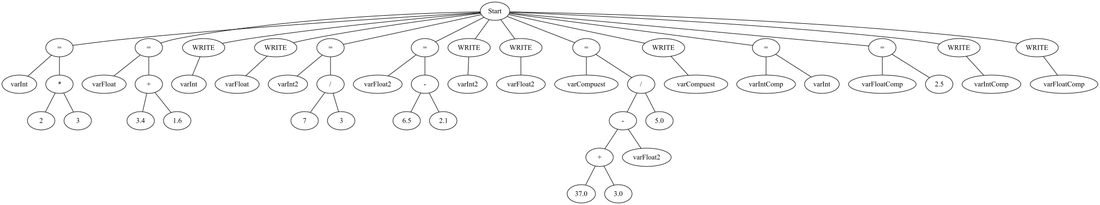
This is arbol.png from pitta1881/TEO1-Lexico, a Graphviz export, as it was before one commit. Its source is kept beside it as arbol.dot.
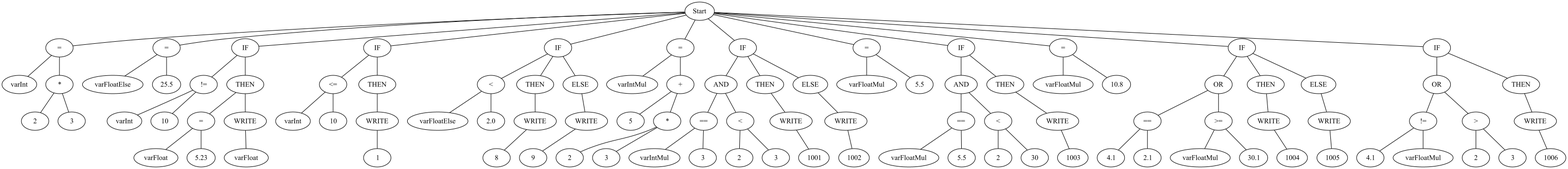
After the change.

What changed in the source:
```diff
@@ -1,100 +1,198 @@
 graph G {node_start [label="Start"]
-nodo_1770218317 [label="="]
-node_start -- nodo_1770218317
-nodo_788626044 [label="varInt"]
-nodo_1770218317 -- nodo_788626044
-nodo_558410979 [label="*"]
-nodo_1770218317 -- nodo_558410979
-nodo_1853567106 [label="2"]
-nodo_558410979 -- nodo_1853567106
-nodo_1056055884 [label="3"]
-nodo_558410979 -- nodo_1056055884
-nodo_444886388 [label="="]
-node_start -- nodo_444886388
-nodo_2127553907 [label="varFloat"]
-nodo_444886388 -- nodo_2127553907
-nodo_1233593608 [label="+"]
-nodo_444886388 -- nodo_1233593608
-nodo_1724419638 [label="3.4"]
-nodo_1233593608 -- nodo_1724419638
-nodo_1604235350 [label="1.6"]
-nodo_1233593608 -- nodo_1604235350
-nodo_1593516715 [label="WRITE"]
-node_start -- nodo_1593516715
-nodo_1423938818 [label="varInt"]
-nodo_1593516715 -- nodo_1423938818
-nodo_1537368355 [label="WRITE"]
-node_start -- nodo_1537368355
-nodo_1085930749 [label="varFloat"]
-nodo_1537368355 -- nodo_1085930749
-nodo_687493483 [label="="]
-node_start -- nodo_687493483
-nodo_2467571 [label="varInt2"]
-nodo_687493483 -- nodo_2467571
-nodo_1212572845 [label="/"]
-nodo_687493483 -- nodo_1212572845
-nodo_1192699724 [label="7"]
-nodo_1212572845 -- nodo_1192699724
-nodo_1033656268 [label="3"]
-nodo_1212572845 -- nodo_1033656268
-nodo_270757042 [label="="]
-node_start -- nodo_270757042
-nodo_1799029015 [label="varFloat2"]
-nodo_270757042 -- nodo_1799029015
-nodo_367552123 [label="-"]
-nodo_270757042 -- nodo_367552123
-nodo_1251303741 [label="6.5"]
-nodo_367552123 -- nodo_1251303741
-nodo_1104724513 [label="2.1"]
-nodo_367552123 -- nodo_1104724513
-nodo_1918390452 [label="WRITE"]
-node_start -- nodo_1918390452
-nodo_609565498 [label="varInt2"]
-nodo_1918390452 -- nodo_609565498
-nodo_1168652804 [label="WRITE"]
-node_start -- nodo_1168652804
-nodo_1113989466 [label="varFloat2"]
-nodo_1168652804 -- nodo_1113989466
-nodo_1913328722 [label="="]
-node_start -- nodo_1913328722
-nodo_2139782594 [label="varCompuest"]
-nodo_1913328722 -- nodo_2139782594
-nodo_2071334957 [label="/"]
-nodo_1913328722 -- nodo_2071334957
-nodo_149525224 [label="-"]
-nodo_2071334957 -- nodo_149525224
-nodo_577420835 [label="+"]
-nodo_149525224 -- nodo_577420835
-nodo_237155265 [label="37.0"]
-nodo_577420835 -- nodo_237155265
-nodo_1167998288 [label="3.0"]
-nodo_577420835 -- nodo_1167998288
-nodo_27564505 [label="varFloat2"]
-nodo_149525224 -- nodo_27564505
-nodo_1984472168 [label="5.0"]
-nodo_2071334957 -- nodo_1984472168
-nodo_1844424155 [label="WRITE"]
-node_start -- nodo_1844424155
-nodo_1496279435 [label="varCompuest"]
-nodo_1844424155 -- nodo_1496279435
-nodo_1604924527 [label="="]
-node_start -- nodo_1604924527
-nodo_2103999776 [label="varIntComp"]
+nodo_2071334957 [label="="]
+node_start -- nodo_2071334957
+nodo_1329125670 [label="varInt"]
+nodo_2071334957 -- nodo_1329125670
+nodo_1604924527 [label="*"]
+nodo_2071334957 -- nodo_1604924527
+nodo_2103999776 [label="2"]
 nodo_1604924527 -- nodo_2103999776
-nodo_62857938 [label="varInt"]
+nodo_62857938 [label="3"]
 nodo_1604924527 -- nodo_62857938
 nodo_172436074 [label="="]
 node_start -- nodo_172436074
-nodo_484146433 [label="varFloatComp"]
+nodo_484146433 [label="varFloatElse"]
 nodo_172436074 -- nodo_484146433
-nodo_577012423 [label="2.5"]
+nodo_577012423 [label="25.5"]
 nodo_172436074 -- nodo_577012423
-nodo_1488428523 [label="WRITE"]
+nodo_1488428523 [label="IF"]
 node_start -- nodo_1488428523
-nodo_1796274413 [label="varIntComp"]
-nodo_1488428523 -- nodo_1796274413
-nodo_753181691 [label="WRITE"]
-node_start -- nodo_753181691
-nodo_714108442 [label="varFloatComp"]
+nodo_753181691 [label="!="]
+nodo_1488428523 -- nodo_753181691
+nodo_714108442 [label="varInt"]
 nodo_753181691 -- nodo_714108442
+nodo_1311569510 [label="10"]
+nodo_753181691 -- nodo_1311569510
+nodo_580364510 [label="THEN"]
+nodo_1488428523 -- nodo_580364510
+nodo_723136033 [label="="]
+nodo_580364510 -- nodo_723136033
+nodo_886354628 [label="varFloat"]
+nodo_723136033 -- nodo_886354628
+nodo_919829774 [label="5.23"]
+nodo_723136033 -- nodo_919829774
+nodo_1461763655 [label="WRITE"]
+nodo_580364510 -- nodo_1461763655
+nodo_1569435006 [label="varFloat"]
+nodo_1461763655 -- nodo_1569435006
+nodo_1111013939 [label="IF"]
+node_start -- nodo_1111013939
+nodo_1269961794 [label="<="]
+nodo_1111013939 -- nodo_1269961794
+nodo_1961837283 [label="varInt"]
+nodo_1269961794 -- nodo_1961837283
+nodo_1929484143 [label="10"]
+nodo_1269961794 -- nodo_1929484143
+nodo_2074466220 [label="THEN"]
+nodo_1111013939 -- nodo_2074466220
+nodo_544132254 [label="WRITE"]
+nodo_2074466220 -- nodo_544132254
+nodo_773356074 [label="1"]
+nodo_544132254 -- nodo_773356074
+nodo_1365060201 [label="IF"]
+node_start -- nodo_1365060201
+nodo_1389148537 [label="<"]
+nodo_1365060201 -- nodo_1389148537
+nodo_1072189472 [label="varFloatElse"]
+nodo_1389148537 -- nodo_1072189472
+nodo_132000726 [label="2.0"]
+nodo_1389148537 -- nodo_132000726
+nodo_120882723 [label="THEN"]
+nodo_1365060201 -- nodo_120882723
+nodo_805626061 [label="WRITE"]
+nodo_120882723 -- nodo_805626061
+nodo_1301335997 [label="8"]
+nodo_805626061 -- nodo_1301335997
+nodo_996597058 [label="ELSE"]
+nodo_1365060201 -- nodo_996597058
+nodo_1156780990 [label="WRITE"]
+nodo_996597058 -- nodo_1156780990
+nodo_1232231087 [label="9"]
+nodo_1156780990 -- nodo_1232231087
+nodo_1394919115 [label="="]
+node_start -- nodo_1394919115
+nodo_1922459465 [label="varIntMul"]
+nodo_1394919115 -- nodo_1922459465
+nodo_774169670 [label="+"]
+nodo_1394919115 -- nodo_774169670
+nodo_1968731151 [label="5"]
+nodo_774169670 -- nodo_1968731151
+nodo_4191985 [label="*"]
+nodo_774169670 -- nodo_4191985
+nodo_1095923088 [label="2"]
+nodo_4191985 -- nodo_1095923088
+nodo_1222491944 [label="3"]
+nodo_4191985 -- nodo_1222491944
+nodo_2123579952 [label="IF"]
+node_start -- nodo_2123579952
+nodo_31763309 [label="AND"]
+nodo_2123579952 -- nodo_31763309
+nodo_1397268532 [label="=="]
+nodo_31763309 -- nodo_1397268532
+nodo_1992913290 [label="varIntMul"]
+nodo_1397268532 -- nodo_1992913290
+nodo_305082273 [label="3"]
+nodo_1397268532 -- nodo_305082273
+nodo_917782858 [label="<"]
+nodo_31763309 -- nodo_917782858
+nodo_552279720 [label="2"]
+nodo_917782858 -- nodo_552279720
+nodo_487812638 [label="3"]
+nodo_917782858 -- nodo_487812638
+nodo_1990858810 [label="THEN"]
+nodo_2123579952 -- nodo_1990858810
+nodo_1644210612 [label="WRITE"]
+nodo_1990858810 -- nodo_1644210612
+nodo_451343618 [label="1001"]
+nodo_1644210612 -- nodo_451343618
+nodo_469961694 [label="ELSE"]
+nodo_2123579952 -- nodo_469961694
+nodo_986626988 [label="WRITE"]
+nodo_469961694 -- nodo_986626988
+nodo_1566898248 [label="1002"]
+nodo_986626988 -- nodo_1566898248
+nodo_1879525379 [label="="]
+node_start -- nodo_1879525379
+nodo_1960767526 [label="varFloatMul"]
+nodo_1879525379 -- nodo_1960767526
+nodo_998389450 [label="5.5"]
+nodo_1879525379 -- nodo_998389450
+nodo_1105080138 [label="IF"]
+node_start -- nodo_1105080138
+nodo_189997090 [label="AND"]
+nodo_1105080138 -- nodo_189997090
+nodo_143638190 [label="=="]
+nodo_189997090 -- nodo_143638190
+nodo_579992851 [label="varFloatMul"]
+nodo_143638190 -- nodo_579992851
+nodo_302330484 [label="5.5"]
+nodo_143638190 -- nodo_302330484
+nodo_12927526 [label="<"]
+nodo_189997090 -- nodo_12927526
+nodo_1967847006 [label="2"]
+nodo_12927526 -- nodo_1967847006
+nodo_1478423681 [label="30"]
+nodo_12927526 -- nodo_1478423681
+nodo_1664346980 [label="THEN"]
+nodo_1105080138 -- nodo_1664346980
+nodo_1238188374 [label="WRITE"]
+nodo_1664346980 -- nodo_1238188374
+nodo_1805104695 [label="1003"]
+nodo_1238188374 -- nodo_1805104695
+nodo_1141042488 [label="="]
+node_start -- nodo_1141042488
+nodo_949376535 [label="varFloatMul"]
+nodo_1141042488 -- nodo_949376535
+nodo_460482466 [label="10.8"]
+nodo_1141042488 -- nodo_460482466
+nodo_1291996405 [label="IF"]
+node_start -- nodo_1291996405
+nodo_515507008 [label="OR"]
+nodo_1291996405 -- nodo_515507008
+nodo_337041518 [label="=="]
+nodo_515507008 -- nodo_337041518
+nodo_483516985 [label="4.1"]
+nodo_337041518 -- nodo_483516985
+nodo_1139503282 [label="2.1"]
+nodo_337041518 -- nodo_1139503282
+nodo_218483596 [label=">="]
+nodo_515507008 -- nodo_218483596
+nodo_796043242 [label="varFloatMul"]
+nodo_218483596 -- nodo_796043242
+nodo_1017202711 [label="30.1"]
+nodo_218483596 -- nodo_1017202711
+nodo_609731025 [label="THEN"]
+nodo_1291996405 -- nodo_609731025
+nodo_128788348 [label="WRITE"]
+nodo_609731025 -- nodo_128788348
+nodo_1029348756 [label="1004"]
+nodo_128788348 -- nodo_1029348756
+nodo_193829848 [label="ELSE"]
+nodo_1291996405 -- nodo_193829848
+nodo_298752561 [label="WRITE"]
+nodo_193829848 -- nodo_298752561
+nodo_2134301107 [label="1005"]
+nodo_298752561 -- nodo_2134301107
+nodo_384388604 [label="IF"]
+node_start -- nodo_384388604
+nodo_1901942690 [label="OR"]
+nodo_384388604 -- nodo_1901942690
+nodo_346510506 [label="!="]
+nodo_1901942690 -- nodo_346510506
+nodo_1561722060 [label="4.1"]
+nodo_346510506 -- nodo_1561722060
+nodo_22006847 [label="varFloatMul"]
+nodo_346510506 -- nodo_22006847
+nodo_439643123 [label=">"]
+nodo_1901942690 -- nodo_439643123
+nodo_882408987 [label="2"]
+nodo_439643123 -- nodo_882408987
+nodo_1176049624 [label="3"]
+nodo_439643123 -- nodo_1176049624
+nodo_961021200 [label="THEN"]
+nodo_384388604 -- nodo_961021200
+nodo_1743417 [label="WRITE"]
+nodo_961021200 -- nodo_1743417
+nodo_2005226631 [label="1006"]
+nodo_1743417 -- nodo_2005226631
 }
```
